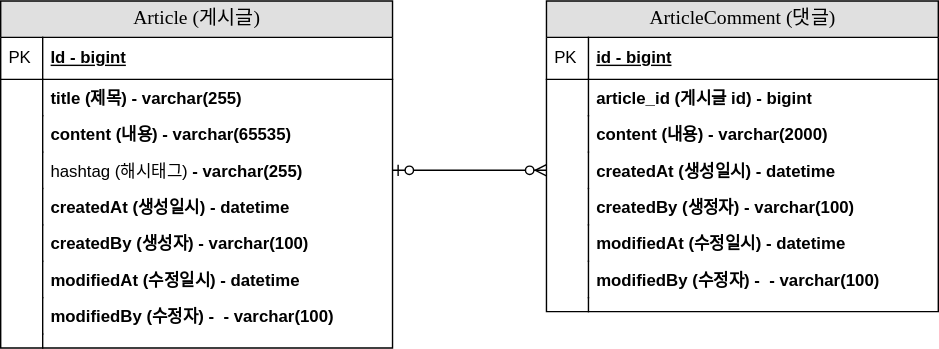
Go-EunLee/project-board keeps this draw.io diagram as document/project-board-erd.svg. Above is the earlier version. Source tidied: cells renumbered, new cells last; positions are measured from the earlier drawing's top-left corner, leaving out a move shared by most shapes. Its diagram source:
```xml
<mxGraphModel>
  <root>
    <mxCell id="0" />
    <mxCell id="1" parent="0" />
    <mxCell id="2" value="ArticleComment (댓글)" style="swimlane;html=1;fontStyle=0;horizontal=1;startSize=26;fillColor=#e0e0e0;swimlaneFillColor=#ffffff;align=center;rounded=0;shadow=0;comic=0;labelBackgroundColor=none;strokeWidth=1;fontFamily=Verdana;fontSize=14;" parent="1" vertex="1">
      <mxGeometry x="390" width="280" height="222" as="geometry" />
    </mxCell>
    <mxCell id="3" value="id - bigint" style="shape=partialRectangle;top=0;left=0;right=0;bottom=1;html=1;align=left;verticalAlign=middle;fillColor=none;spacingLeft=34;spacingRight=4;whiteSpace=wrap;overflow=hidden;fontStyle=5;" parent="2" vertex="1">
      <mxGeometry y="26" width="280" height="30" as="geometry" />
    </mxCell>
    <mxCell id="4" value="PK" style="shape=partialRectangle;top=0;left=0;bottom=0;html=1;fillColor=none;align=left;verticalAlign=middle;spacingLeft=4;spacingRight=4;whiteSpace=wrap;overflow=hidden;" parent="3" vertex="1">
      <mxGeometry width="30" height="30" as="geometry" />
    </mxCell>
    <mxCell id="5" value="article_id (게시글 id)&amp;nbsp;- bigint" style="shape=partialRectangle;top=0;left=0;right=0;bottom=0;html=1;align=left;verticalAlign=top;fillColor=none;spacingLeft=34;spacingRight=4;whiteSpace=wrap;overflow=hidden;fontStyle=1;" parent="2" vertex="1">
      <mxGeometry y="56" width="280" height="26" as="geometry" />
    </mxCell>
    <mxCell id="6" style="shape=partialRectangle;top=0;left=0;bottom=0;html=1;fillColor=none;align=left;verticalAlign=top;spacingLeft=4;spacingRight=4;whiteSpace=wrap;overflow=hidden;" parent="5" vertex="1">
      <mxGeometry width="30" height="26" as="geometry" />
    </mxCell>
    <mxCell id="7" value="content (내용)&amp;nbsp;- varchar(2000)" style="shape=partialRectangle;top=0;left=0;right=0;bottom=0;html=1;align=left;verticalAlign=top;fillColor=none;spacingLeft=34;spacingRight=4;whiteSpace=wrap;overflow=hidden;fontStyle=1;" parent="2" vertex="1">
      <mxGeometry y="82" width="280" height="26" as="geometry" />
    </mxCell>
    <mxCell id="8" style="shape=partialRectangle;top=0;left=0;bottom=0;html=1;fillColor=none;align=left;verticalAlign=top;spacingLeft=4;spacingRight=4;whiteSpace=wrap;overflow=hidden;" parent="7" vertex="1">
      <mxGeometry width="30" height="26" as="geometry" />
    </mxCell>
    <mxCell id="9" value="createdAt (생성일시) - datetime" style="shape=partialRectangle;top=0;left=0;right=0;bottom=0;html=1;align=left;verticalAlign=top;fillColor=none;spacingLeft=34;spacingRight=4;whiteSpace=wrap;overflow=hidden;points=[[0,0.5],[1,0.5]];portConstraint=eastwest;fontStyle=1;" parent="2" vertex="1">
      <mxGeometry y="108" width="280" height="26" as="geometry" />
    </mxCell>
    <mxCell id="10" style="shape=partialRectangle;top=0;left=0;bottom=0;html=1;fillColor=none;align=left;verticalAlign=top;spacingLeft=4;spacingRight=4;whiteSpace=wrap;overflow=hidden;" parent="9" vertex="1">
      <mxGeometry width="30" height="26" as="geometry" />
    </mxCell>
    <mxCell id="11" value="createdBy (생정자)&amp;nbsp;- varchar(100)" style="shape=partialRectangle;top=0;left=0;right=0;bottom=0;html=1;align=left;verticalAlign=top;fillColor=none;spacingLeft=34;spacingRight=4;whiteSpace=wrap;overflow=hidden;fontStyle=1;" parent="2" vertex="1">
      <mxGeometry y="134" width="280" height="26" as="geometry" />
    </mxCell>
    <mxCell id="12" style="shape=partialRectangle;top=0;left=0;bottom=0;html=1;fillColor=none;align=left;verticalAlign=top;spacingLeft=4;spacingRight=4;whiteSpace=wrap;overflow=hidden;" parent="11" vertex="1">
      <mxGeometry width="30" height="26" as="geometry" />
    </mxCell>
    <mxCell id="13" value="modifiedAt (수정일시) - datetime" style="shape=partialRectangle;top=0;left=0;right=0;bottom=0;html=1;align=left;verticalAlign=top;fillColor=none;spacingLeft=34;spacingRight=4;whiteSpace=wrap;overflow=hidden;fontStyle=1;" parent="2" vertex="1">
      <mxGeometry y="160" width="280" height="26" as="geometry" />
    </mxCell>
    <mxCell id="14" style="shape=partialRectangle;top=0;left=0;bottom=0;html=1;fillColor=none;align=left;verticalAlign=top;spacingLeft=4;spacingRight=4;whiteSpace=wrap;overflow=hidden;" parent="13" vertex="1">
      <mxGeometry width="30" height="26" as="geometry" />
    </mxCell>
    <mxCell id="15" value="modifiedBy (수정자) -&amp;nbsp;&amp;nbsp;- varchar(100)" style="shape=partialRectangle;top=0;left=0;right=0;bottom=0;html=1;align=left;verticalAlign=top;fillColor=none;spacingLeft=34;spacingRight=4;whiteSpace=wrap;overflow=hidden;fontStyle=1;" parent="2" vertex="1">
      <mxGeometry y="186" width="280" height="26" as="geometry" />
    </mxCell>
    <mxCell id="16" style="shape=partialRectangle;top=0;left=0;bottom=0;html=1;fillColor=none;align=left;verticalAlign=top;spacingLeft=4;spacingRight=4;whiteSpace=wrap;overflow=hidden;" parent="15" vertex="1">
      <mxGeometry width="30" height="26" as="geometry" />
    </mxCell>
    <mxCell id="17" style="shape=partialRectangle;top=0;left=0;right=0;bottom=0;html=1;align=left;verticalAlign=top;fillColor=none;spacingLeft=34;spacingRight=4;whiteSpace=wrap;overflow=hidden;" parent="2" vertex="1">
      <mxGeometry y="212" width="280" height="10" as="geometry" />
    </mxCell>
    <mxCell id="18" style="shape=partialRectangle;top=0;left=0;bottom=0;html=1;fillColor=none;align=left;verticalAlign=top;spacingLeft=4;spacingRight=4;whiteSpace=wrap;overflow=hidden;" parent="17" vertex="1">
      <mxGeometry width="30" height="10" as="geometry" />
    </mxCell>
    <mxCell id="19" value="Article (게시글)" style="swimlane;html=1;fontStyle=0;horizontal=1;startSize=26;fillColor=#e0e0e0;swimlaneFillColor=#ffffff;align=center;rounded=0;shadow=0;comic=0;labelBackgroundColor=none;strokeWidth=1;fontFamily=Verdana;fontSize=14;" parent="1" vertex="1">
      <mxGeometry width="280" height="248" as="geometry" />
    </mxCell>
    <mxCell id="20" value="Id - bigint" style="shape=partialRectangle;top=0;left=0;right=0;bottom=1;html=1;align=left;verticalAlign=middle;fillColor=none;spacingLeft=34;spacingRight=4;whiteSpace=wrap;overflow=hidden;fontStyle=5;" parent="19" vertex="1">
      <mxGeometry y="26" width="280" height="30" as="geometry" />
    </mxCell>
    <mxCell id="21" value="PK" style="shape=partialRectangle;top=0;left=0;bottom=0;html=1;fillColor=none;align=left;verticalAlign=middle;spacingLeft=4;spacingRight=4;whiteSpace=wrap;overflow=hidden;" parent="20" vertex="1">
      <mxGeometry width="30" height="30" as="geometry" />
    </mxCell>
    <mxCell id="22" value="title (제목) - varchar(255)" style="shape=partialRectangle;top=0;left=0;right=0;bottom=0;html=1;align=left;verticalAlign=top;fillColor=none;spacingLeft=34;spacingRight=4;whiteSpace=wrap;overflow=hidden;fontStyle=1;" parent="19" vertex="1">
      <mxGeometry y="56" width="280" height="26" as="geometry" />
    </mxCell>
    <mxCell id="23" style="shape=partialRectangle;top=0;left=0;bottom=0;html=1;fillColor=none;align=left;verticalAlign=top;spacingLeft=4;spacingRight=4;whiteSpace=wrap;overflow=hidden;" parent="22" vertex="1">
      <mxGeometry width="30" height="26" as="geometry" />
    </mxCell>
    <mxCell id="24" value="content (내용)&amp;nbsp;- varchar(65535)" style="shape=partialRectangle;top=0;left=0;right=0;bottom=0;html=1;align=left;verticalAlign=top;fillColor=none;spacingLeft=34;spacingRight=4;whiteSpace=wrap;overflow=hidden;fontStyle=1;" parent="19" vertex="1">
      <mxGeometry y="82" width="280" height="26" as="geometry" />
    </mxCell>
    <mxCell id="25" style="shape=partialRectangle;top=0;left=0;bottom=0;html=1;fillColor=none;align=left;verticalAlign=top;spacingLeft=4;spacingRight=4;whiteSpace=wrap;overflow=hidden;" parent="24" vertex="1">
      <mxGeometry width="30" height="26" as="geometry" />
    </mxCell>
    <mxCell id="26" value="hashtag (해시태그)&lt;span style=&quot;font-weight: 700;&quot;&gt;&amp;nbsp;- varchar(255)&lt;/span&gt;" style="shape=partialRectangle;top=0;left=0;right=0;bottom=0;html=1;align=left;verticalAlign=top;fillColor=none;spacingLeft=34;spacingRight=4;whiteSpace=wrap;overflow=hidden;points=[[0,0.5],[1,0.5]];portConstraint=eastwest;" parent="19" vertex="1">
      <mxGeometry y="108" width="280" height="26" as="geometry" />
    </mxCell>
    <mxCell id="27" style="shape=partialRectangle;top=0;left=0;bottom=0;html=1;fillColor=none;align=left;verticalAlign=top;spacingLeft=4;spacingRight=4;whiteSpace=wrap;overflow=hidden;" parent="26" vertex="1">
      <mxGeometry width="30" height="26" as="geometry" />
    </mxCell>
    <mxCell id="28" value="createdAt (생성일시) - datetime" style="shape=partialRectangle;top=0;left=0;right=0;bottom=0;html=1;align=left;verticalAlign=top;fillColor=none;spacingLeft=34;spacingRight=4;whiteSpace=wrap;overflow=hidden;fontStyle=1;" parent="19" vertex="1">
      <mxGeometry y="134" width="280" height="26" as="geometry" />
    </mxCell>
    <mxCell id="29" style="shape=partialRectangle;top=0;left=0;bottom=0;html=1;fillColor=none;align=left;verticalAlign=top;spacingLeft=4;spacingRight=4;whiteSpace=wrap;overflow=hidden;" parent="28" vertex="1">
      <mxGeometry width="30" height="26" as="geometry" />
    </mxCell>
    <mxCell id="30" value="createdBy (생성자)&amp;nbsp;- varchar(100)" style="shape=partialRectangle;top=0;left=0;right=0;bottom=0;html=1;align=left;verticalAlign=top;fillColor=none;spacingLeft=34;spacingRight=4;whiteSpace=wrap;overflow=hidden;fontStyle=1;" parent="19" vertex="1">
      <mxGeometry y="160" width="280" height="26" as="geometry" />
    </mxCell>
    <mxCell id="31" style="shape=partialRectangle;top=0;left=0;bottom=0;html=1;fillColor=none;align=left;verticalAlign=top;spacingLeft=4;spacingRight=4;whiteSpace=wrap;overflow=hidden;" parent="30" vertex="1">
      <mxGeometry width="30" height="26" as="geometry" />
    </mxCell>
    <mxCell id="32" value="modifiedAt (수정일시) - datetime" style="shape=partialRectangle;top=0;left=0;right=0;bottom=0;html=1;align=left;verticalAlign=top;fillColor=none;spacingLeft=34;spacingRight=4;whiteSpace=wrap;overflow=hidden;fontStyle=1;" parent="19" vertex="1">
      <mxGeometry y="186" width="280" height="26" as="geometry" />
    </mxCell>
    <mxCell id="33" style="shape=partialRectangle;top=0;left=0;bottom=0;html=1;fillColor=none;align=left;verticalAlign=top;spacingLeft=4;spacingRight=4;whiteSpace=wrap;overflow=hidden;" parent="32" vertex="1">
      <mxGeometry width="30" height="26" as="geometry" />
    </mxCell>
    <mxCell id="34" value="modifiedBy (수정자) -&amp;nbsp;&amp;nbsp;- varchar(100)" style="shape=partialRectangle;top=0;left=0;right=0;bottom=0;html=1;align=left;verticalAlign=top;fillColor=none;spacingLeft=34;spacingRight=4;whiteSpace=wrap;overflow=hidden;fontStyle=1;" parent="19" vertex="1">
      <mxGeometry y="212" width="280" height="26" as="geometry" />
    </mxCell>
    <mxCell id="35" style="shape=partialRectangle;top=0;left=0;bottom=0;html=1;fillColor=none;align=left;verticalAlign=top;spacingLeft=4;spacingRight=4;whiteSpace=wrap;overflow=hidden;" parent="34" vertex="1">
      <mxGeometry width="30" height="26" as="geometry" />
    </mxCell>
    <mxCell id="36" style="shape=partialRectangle;top=0;left=0;right=0;bottom=0;html=1;align=left;verticalAlign=top;fillColor=none;spacingLeft=34;spacingRight=4;whiteSpace=wrap;overflow=hidden;fontStyle=1;" parent="19" vertex="1">
      <mxGeometry y="238" width="280" height="10" as="geometry" />
    </mxCell>
    <mxCell id="37" style="shape=partialRectangle;top=0;left=0;bottom=0;html=1;fillColor=none;align=left;verticalAlign=top;spacingLeft=4;spacingRight=4;whiteSpace=wrap;overflow=hidden;" parent="36" vertex="1">
      <mxGeometry width="30" height="10" as="geometry" />
    </mxCell>
    <mxCell id="38" style="fontSize=12;html=1;endArrow=ERzeroToMany;startArrow=ERzeroToOne;rounded=0;entryX=0;entryY=0.5;entryDx=0;entryDy=0;exitX=1;exitY=0.5;exitDx=0;exitDy=0;" parent="1" edge="1" source="26" target="9">
      <mxGeometry relative="1" as="geometry" />
    </mxCell>
  </root>
</mxGraphModel>
```
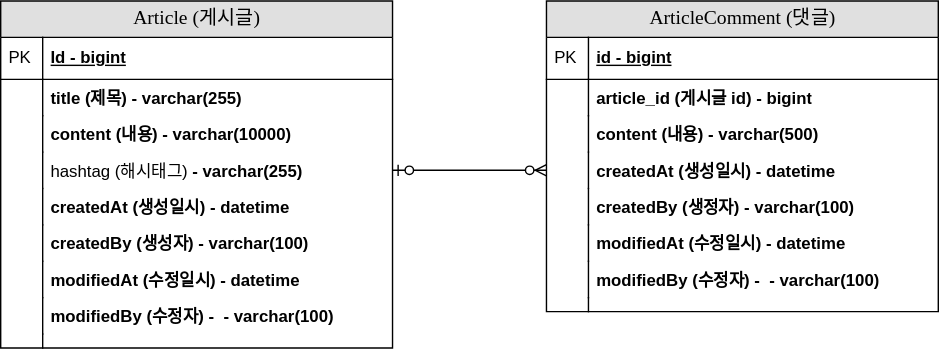
Above is the later version.

Commit message:
#10 - erd 업데이트 : content 사이즈 변

Change to the diagram source:
```diff
@@ -17,7 +17,7 @@
     <mxCell id="6" style="shape=partialRectangle;top=0;left=0;bottom=0;html=1;fillColor=none;align=left;verticalAlign=top;spacingLeft=4;spacingRight=4;whiteSpace=wrap;overflow=hidden;" parent="5" vertex="1">
       <mxGeometry width="30" height="26" as="geometry" />
     </mxCell>
-    <mxCell id="7" value="content (내용)&amp;nbsp;- varchar(2000)" style="shape=partialRectangle;top=0;left=0;right=0;bottom=0;html=1;align=left;verticalAlign=top;fillColor=none;spacingLeft=34;spacingRight=4;whiteSpace=wrap;overflow=hidden;fontStyle=1;" parent="2" vertex="1">
+    <mxCell id="7" value="content (내용)&amp;nbsp;- varchar(500)" style="shape=partialRectangle;top=0;left=0;right=0;bottom=0;html=1;align=left;verticalAlign=top;fillColor=none;spacingLeft=34;spacingRight=4;whiteSpace=wrap;overflow=hidden;fontStyle=1;" parent="2" vertex="1">
       <mxGeometry y="82" width="280" height="26" as="geometry" />
     </mxCell>
     <mxCell id="8" style="shape=partialRectangle;top=0;left=0;bottom=0;html=1;fillColor=none;align=left;verticalAlign=top;spacingLeft=4;spacingRight=4;whiteSpace=wrap;overflow=hidden;" parent="7" vertex="1">
@@ -68,7 +68,7 @@
     <mxCell id="23" style="shape=partialRectangle;top=0;left=0;bottom=0;html=1;fillColor=none;align=left;verticalAlign=top;spacingLeft=4;spacingRight=4;whiteSpace=wrap;overflow=hidden;" parent="22" vertex="1">
       <mxGeometry width="30" height="26" as="geometry" />
     </mxCell>
-    <mxCell id="24" value="content (내용)&amp;nbsp;- varchar(65535)" style="shape=partialRectangle;top=0;left=0;right=0;bottom=0;html=1;align=left;verticalAlign=top;fillColor=none;spacingLeft=34;spacingRight=4;whiteSpace=wrap;overflow=hidden;fontStyle=1;" parent="19" vertex="1">
+    <mxCell id="24" value="content (내용)&amp;nbsp;- varchar(10000)" style="shape=partialRectangle;top=0;left=0;right=0;bottom=0;html=1;align=left;verticalAlign=top;fillColor=none;spacingLeft=34;spacingRight=4;whiteSpace=wrap;overflow=hidden;fontStyle=1;" parent="19" vertex="1">
       <mxGeometry y="82" width="280" height="26" as="geometry" />
     </mxCell>
     <mxCell id="25" style="shape=partialRectangle;top=0;left=0;bottom=0;html=1;fillColor=none;align=left;verticalAlign=top;spacingLeft=4;spacingRight=4;whiteSpace=wrap;overflow=hidden;" parent="24" vertex="1">
```
